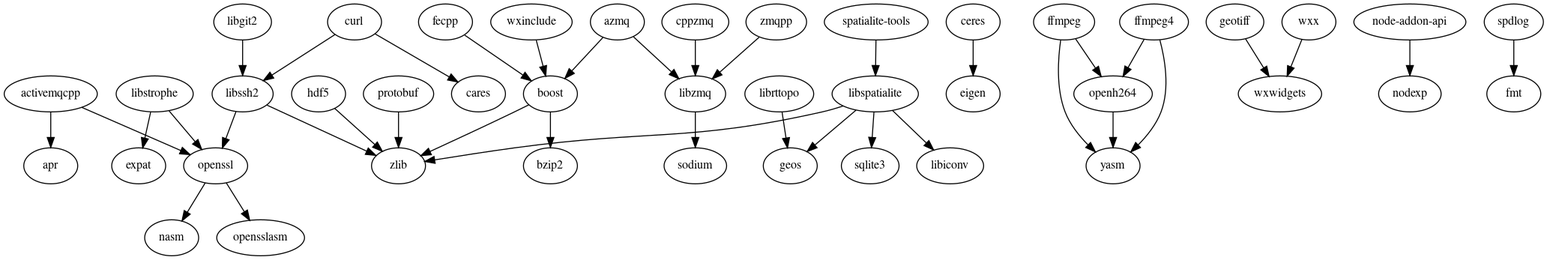
externpro/externpro keeps this Graphviz diagram as cmake/deps.png. Above is the earlier version. Its source is kept beside it as cmake/deps.dot.
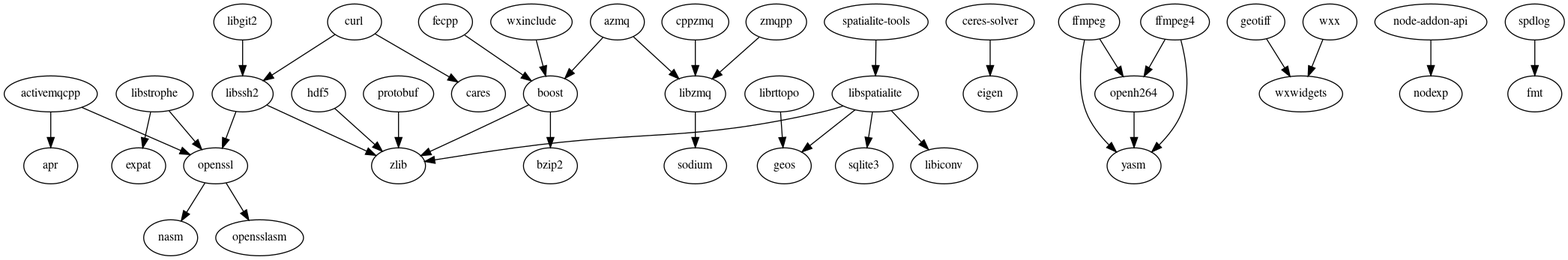
The same diagram one commit later.

Commit message:
pros: ceres-solver v2.2.0.1 from github/externpro

The edit, as a diff of the source:
```diff
@@ -6,7 +6,7 @@
   "azmq" -> "libzmq";
   "boost" -> "bzip2";
   "boost" -> "zlib";
-  "ceres" -> "eigen";
+  "ceres-solver" -> "eigen";
   "cppzmq" -> "libzmq";
   "curl" -> "cares";
   "curl" -> "libssh2";
```
